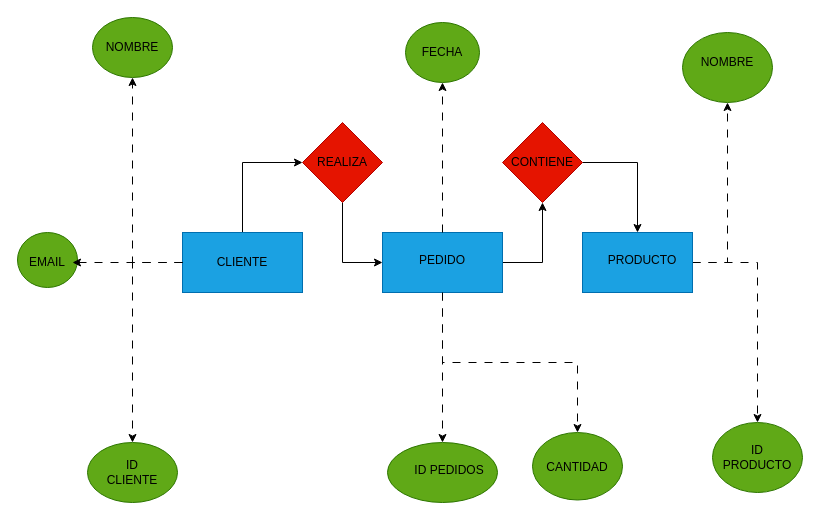
This is 02-week/03-optional-activity/Diagrama sin título.drawio from DharynRuiz/modelado-gestion-bases-datos-2026-a-g1, a draw.io file, before an edit. Source tidied: cells renumbered, new cells numbered last; positions are measured from the earlier drawing's top-left corner, leaving out a move shared by most shapes. Both pictures are drawn from the tidied source at 100%, with x=0, y=0 at pixel (17, 17).
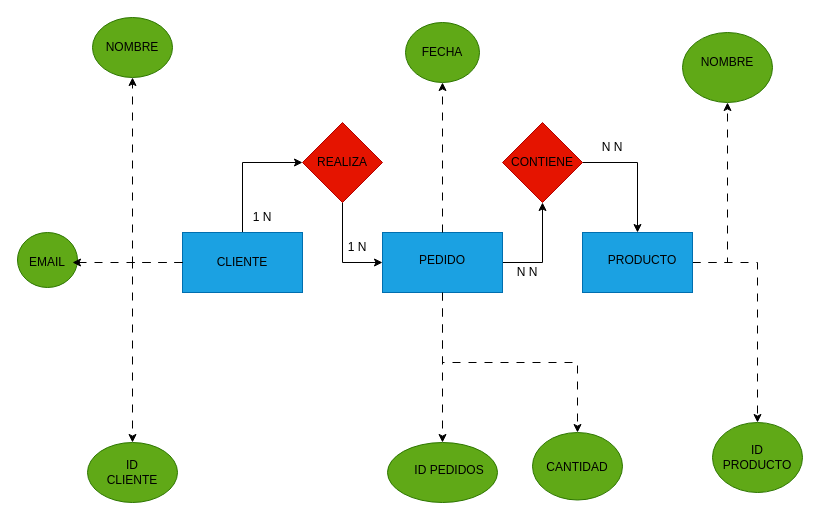
The same page after the edit.

Change to the diagram source:
```diff
@@
+    <mxCell id="40" value="1 N" style="text;html=1;whiteSpace=wrap;strokeColor=none;fillColor=none;align=center;verticalAlign=middle;rounded=0;" parent="1" vertex="1">
+      <mxGeometry x="215" y="185" width="60" height="30" as="geometry" />
+    </mxCell>
+    <mxCell id="41" value="1 N" style="text;html=1;whiteSpace=wrap;strokeColor=none;fillColor=none;align=center;verticalAlign=middle;rounded=0;" parent="1" vertex="1">
+      <mxGeometry x="310" y="215" width="60" height="30" as="geometry" />
+    </mxCell>
+    <mxCell id="42" value="N N" style="text;html=1;whiteSpace=wrap;strokeColor=none;fillColor=none;align=center;verticalAlign=middle;rounded=0;" parent="1" vertex="1">
+      <mxGeometry x="480" y="240" width="60" height="30" as="geometry" />
+    </mxCell>
+    <mxCell id="43" value="N N" style="text;html=1;whiteSpace=wrap;strokeColor=none;fillColor=none;align=center;verticalAlign=middle;rounded=0;" parent="1" vertex="1">
+      <mxGeometry x="565" y="115" width="60" height="30" as="geometry" />
+    </mxCell>
```
